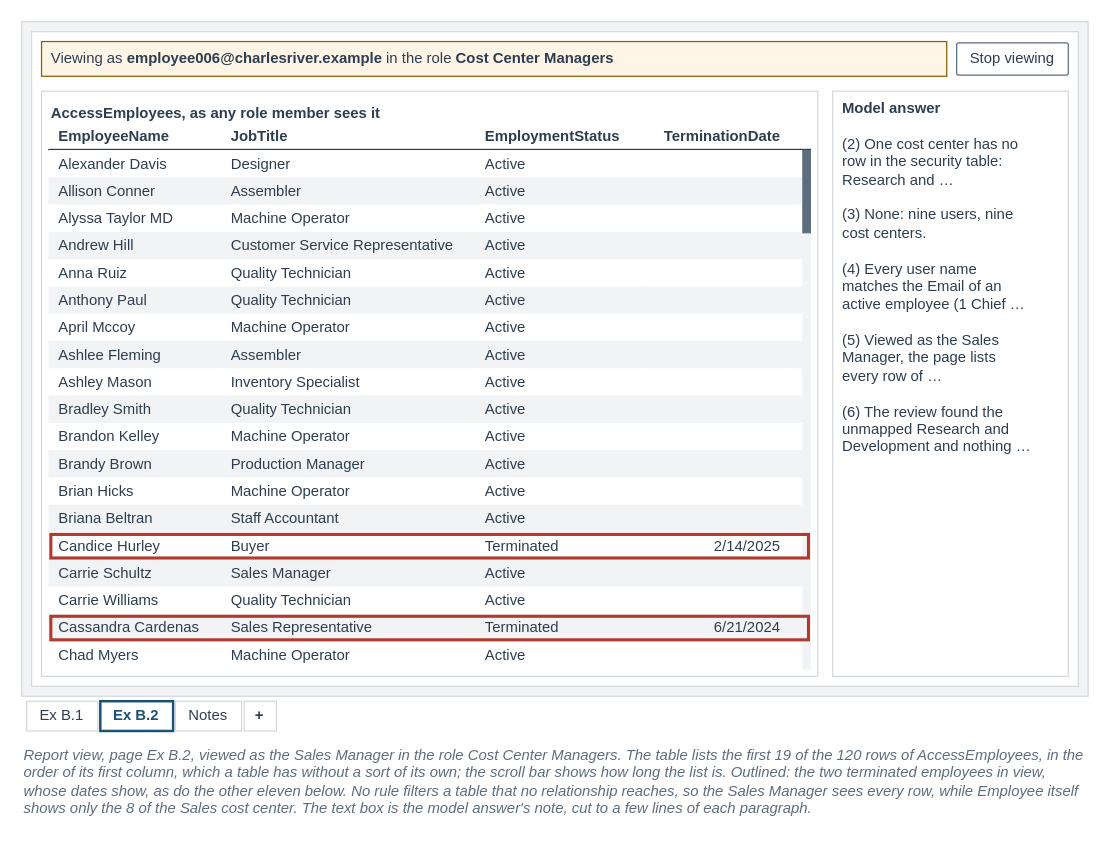
Earlier version of the draw.io diagram facts/instructor/figures/appendix-b-publishing-security/IF-AB-2-B.drawio (mmcodesso/Accounting_Analytics_Book). Source tidied: cells renumbered, new cells numbered last; positions are measured from the earlier drawing's top-left corner, leaving out a move shared by most shapes. Both pictures are drawn from the tidied source at 124%, with x=0, y=0 at pixel (21, 21).
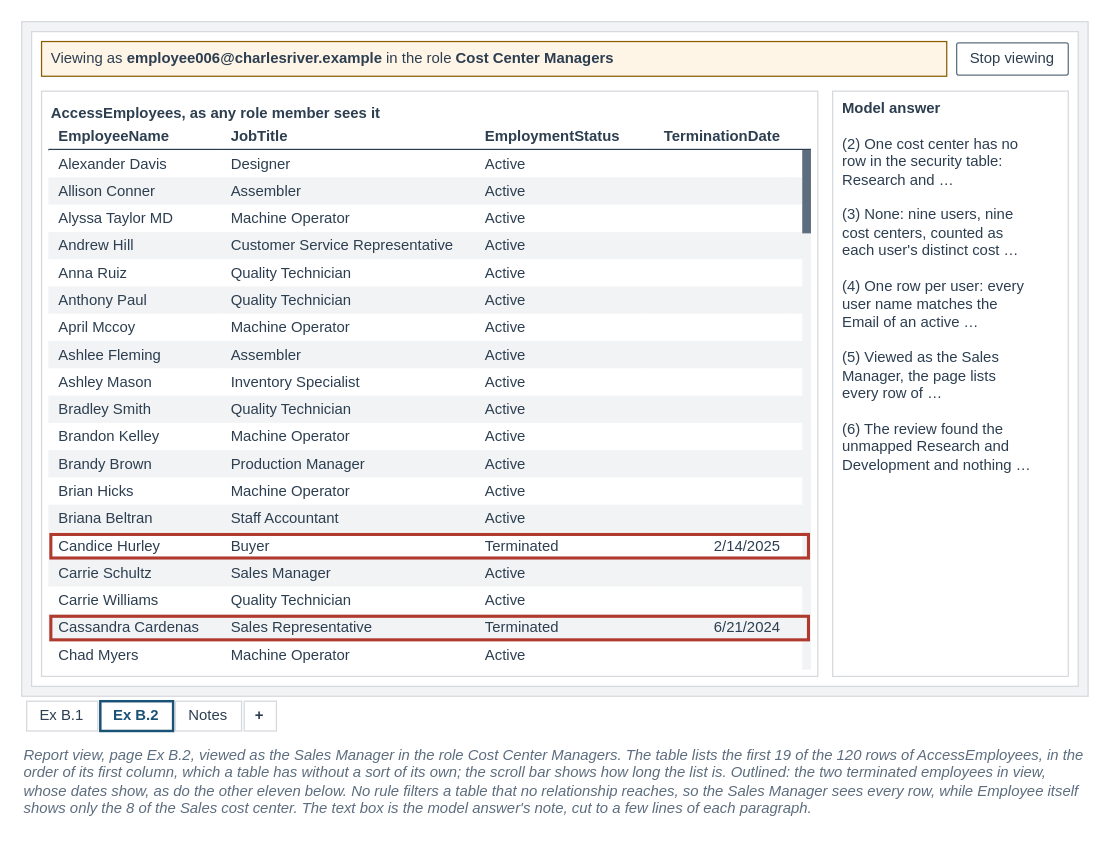
The same diagram, later.

Change to the diagram source:
```diff
@@
-    <mxCell id="112" value="&lt;b&gt;Model answer&lt;/b&gt;&lt;br&gt;&lt;br&gt;(2) One cost center has no&lt;br&gt;row in the security table:&lt;br&gt;Research and …&lt;br&gt;&lt;br&gt;(3) None: nine users, nine&lt;br&gt;cost centers.&lt;br&gt;&lt;br&gt;(4) Every user name&lt;br&gt;matches the Email of an&lt;br&gt;active employee (1 Chief …&lt;br&gt;&lt;br&gt;(5) Viewed as the Sales&lt;br&gt;Manager, the page lists&lt;br&gt;every row of …&lt;br&gt;&lt;br&gt;(6) The review found the&lt;br&gt;unmapped Research and&lt;br&gt;Development and nothing …" style="rounded=0;arcSize=6;whiteSpace=wrap;html=1;fillColor=#FFFFFF;strokeColor=#D5D8DC;strokeWidth=1;fontColor=#2C3E50;fontSize=12;fontStyle=0;align=left;verticalAlign=top;fontFamily=Helvetica;spacingLeft=6;spacingRight=6;" parent="1" vertex="1">
+    <mxCell id="112" value="&lt;b&gt;Model answer&lt;/b&gt;&lt;br&gt;&lt;br&gt;(2) One cost center has no&lt;br&gt;row in the security table:&lt;br&gt;Research and …&lt;br&gt;&lt;br&gt;(3) None: nine users, nine&lt;br&gt;cost centers, counted as&lt;br&gt;each user's distinct cost …&lt;br&gt;&lt;br&gt;(4) One row per user: every&lt;br&gt;user name matches the&lt;br&gt;Email of an active …&lt;br&gt;&lt;br&gt;(5) Viewed as the Sales&lt;br&gt;Manager, the page lists&lt;br&gt;every row of …&lt;br&gt;&lt;br&gt;(6) The review found the&lt;br&gt;unmapped Research and&lt;br&gt;Development and nothing …" style="rounded=0;arcSize=6;whiteSpace=wrap;html=1;fillColor=#FFFFFF;strokeColor=#D5D8DC;strokeWidth=1;fontColor=#2C3E50;fontSize=12;fontStyle=0;align=left;verticalAlign=top;fontFamily=Helvetica;spacingLeft=6;spacingRight=6;" parent="1" vertex="1">
       <mxGeometry x="654" y="56" width="190" height="472" as="geometry" />
     </mxCell>
```
